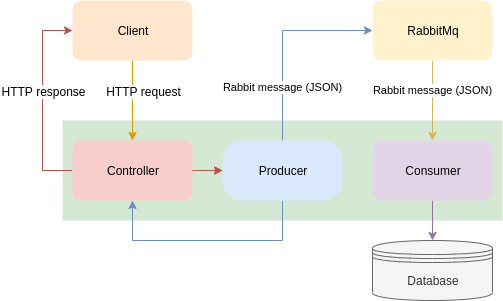
This is src/Images/devguide/async/simple-scheme.png from reportportal/docs, a draw.io export, as it was before one commit. Source tidied: cells renumbered, new cells last; positions are measured from the earlier drawing's top-left corner, leaving out a move shared by most shapes. Its diagram source:
```xml
<mxGraphModel>
  <root>
    <mxCell id="0" />
    <mxCell id="1" parent="0" />
    <mxCell id="2" style="rounded=0;whiteSpace=wrap;html=1;fillColor=#d5e8d4;strokeColor=none;" parent="1" vertex="1">
      <mxGeometry x="20" y="120" width="440" height="100" as="geometry" />
    </mxCell>
    <mxCell id="3" style="edgeStyle=orthogonalEdgeStyle;rounded=0;jettySize=auto;html=1;fillColor=#ffe6cc;strokeColor=#d79b00;" parent="1" edge="1" source="5" target="13">
      <mxGeometry relative="1" as="geometry" />
    </mxCell>
    <mxCell id="4" value="HTTP request" style="text;html=1;align=center;verticalAlign=middle;labelBackgroundColor=#ffffff;" parent="3" vertex="1">
      <mxGeometry x="-0.25" y="-1" relative="1" as="geometry">
        <mxPoint x="11" as="offset" />
      </mxGeometry>
    </mxCell>
    <mxCell id="5" value="Client" style="rounded=1;whiteSpace=wrap;html=1;fillColor=#ffe6cc;strokeColor=none;" parent="1" vertex="1">
      <mxGeometry x="30" width="120" height="60" as="geometry" />
    </mxCell>
    <mxCell id="6" value="Rabbit message (JSON)" style="edgeStyle=orthogonalEdgeStyle;rounded=0;jettySize=auto;html=1;exitX=0.5;exitY=0;exitDx=0;exitDy=0;entryX=0;entryY=0.5;entryDx=0;entryDy=0;fillColor=#dae8fc;strokeColor=#6c8ebf;" parent="1" edge="1" source="8" target="18">
      <mxGeometry x="-0.47" relative="1" as="geometry" />
    </mxCell>
    <mxCell id="7" style="edgeStyle=orthogonalEdgeStyle;rounded=0;jettySize=auto;html=1;exitX=0.5;exitY=1;exitDx=0;exitDy=0;entryX=0.5;entryY=1;entryDx=0;entryDy=0;fillColor=#dae8fc;strokeColor=#6c8ebf;" parent="1" edge="1" source="8" target="13">
      <mxGeometry relative="1" as="geometry">
        <Array as="points">
          <mxPoint x="240" y="240" />
          <mxPoint x="90" y="240" />
        </Array>
      </mxGeometry>
    </mxCell>
    <mxCell id="8" value="Producer" style="rounded=1;whiteSpace=wrap;html=1;fillColor=#dae8fc;strokeColor=none;arcSize=33;" parent="1" vertex="1">
      <mxGeometry x="180" y="140" width="120" height="60" as="geometry" />
    </mxCell>
    <mxCell id="9" style="edgeStyle=orthogonalEdgeStyle;rounded=0;jettySize=auto;html=1;fillColor=#f8cecc;strokeColor=#b85450;" parent="1" edge="1" target="8">
      <mxGeometry relative="1" as="geometry">
        <mxPoint x="140" y="170" as="sourcePoint" />
        <Array as="points">
          <mxPoint x="90" y="170" />
        </Array>
      </mxGeometry>
    </mxCell>
    <mxCell id="10" style="edgeStyle=orthogonalEdgeStyle;rounded=0;jettySize=auto;html=1;fillColor=#f8cecc;strokeColor=#b85450;" parent="1" edge="1" source="13" target="8">
      <mxGeometry relative="1" as="geometry" />
    </mxCell>
    <mxCell id="11" style="edgeStyle=orthogonalEdgeStyle;rounded=0;jettySize=auto;html=1;entryX=0;entryY=0.5;entryDx=0;entryDy=0;fillColor=#f8cecc;strokeColor=#b85450;" parent="1" edge="1" source="13" target="5">
      <mxGeometry relative="1" as="geometry">
        <Array as="points">
          <mxPoint y="170" />
          <mxPoint y="30" />
        </Array>
      </mxGeometry>
    </mxCell>
    <mxCell id="12" value="HTTP response" style="text;html=1;align=center;verticalAlign=middle;labelBackgroundColor=#ffffff;" parent="11" vertex="1">
      <mxGeometry x="0.14" y="-1" relative="1" as="geometry">
        <mxPoint x="-1" y="4" as="offset" />
      </mxGeometry>
    </mxCell>
    <mxCell id="13" value="Controller" style="rounded=1;whiteSpace=wrap;html=1;fillColor=#f8cecc;strokeColor=none;" parent="1" vertex="1">
      <mxGeometry x="30" y="140" width="120" height="60" as="geometry" />
    </mxCell>
    <mxCell id="14" style="edgeStyle=orthogonalEdgeStyle;rounded=0;jettySize=auto;html=1;fillColor=#e1d5e7;strokeColor=#9673a6;" parent="1" edge="1" source="15" target="16">
      <mxGeometry relative="1" as="geometry" />
    </mxCell>
    <mxCell id="15" value="Consumer" style="rounded=1;whiteSpace=wrap;html=1;fillColor=#e1d5e7;strokeColor=none;" parent="1" vertex="1">
      <mxGeometry x="330" y="140" width="120" height="60" as="geometry" />
    </mxCell>
    <mxCell id="16" value="Database" style="shape=datastore;whiteSpace=wrap;html=1;fillColor=#f5f5f5;strokeColor=#666666;fontColor=#333333;" parent="1" vertex="1">
      <mxGeometry x="330" y="240" width="120" height="60" as="geometry" />
    </mxCell>
    <mxCell id="17" value="Rabbit message (JSON)" style="edgeStyle=orthogonalEdgeStyle;rounded=0;jettySize=auto;html=1;fillColor=#fff2cc;strokeColor=#d6b656;" parent="1" edge="1" source="18" target="15">
      <mxGeometry x="-0.25" relative="1" as="geometry" />
    </mxCell>
    <mxCell id="18" value="RabbitMq" style="rounded=1;whiteSpace=wrap;html=1;fillColor=#fff2cc;strokeColor=none;" parent="1" vertex="1">
      <mxGeometry x="330" width="120" height="60" as="geometry" />
    </mxCell>
  </root>
</mxGraphModel>
```
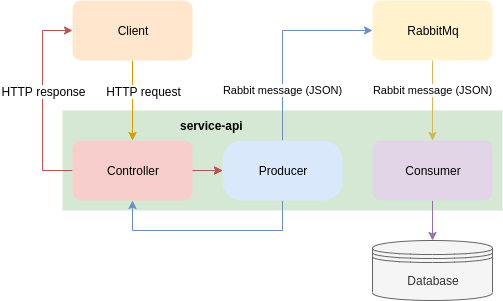
Above is the later version.

What changed in the source:
```diff
@@ -2,8 +2,8 @@
   <root>
     <mxCell id="0" />
     <mxCell id="1" parent="0" />
-    <mxCell id="2" style="rounded=0;whiteSpace=wrap;html=1;fillColor=#d5e8d4;strokeColor=none;" parent="1" vertex="1">
-      <mxGeometry x="20" y="120" width="440" height="100" as="geometry" />
+    <mxCell id="2" value="&lt;b&gt;service-api&lt;/b&gt;&amp;nbsp; &amp;nbsp; &amp;nbsp; &amp;nbsp; &amp;nbsp; &amp;nbsp; &amp;nbsp; &amp;nbsp; &amp;nbsp; &amp;nbsp; &amp;nbsp; &amp;nbsp; &amp;nbsp; &amp;nbsp; &amp;nbsp; &amp;nbsp; &amp;nbsp; &amp;nbsp; &amp;nbsp; &amp;nbsp; &amp;nbsp; &amp;nbsp;&lt;br&gt;&lt;br&gt;&lt;br&gt;&lt;br&gt;&lt;br&gt;&lt;br&gt;" style="rounded=0;whiteSpace=wrap;html=1;fillColor=#d5e8d4;strokeColor=none;" parent="1" vertex="1">
+      <mxGeometry x="20" y="110" width="440" height="100" as="geometry" />
     </mxCell>
     <mxCell id="3" style="edgeStyle=orthogonalEdgeStyle;rounded=0;jettySize=auto;html=1;fillColor=#ffe6cc;strokeColor=#d79b00;" parent="1" edge="1" source="5" target="13">
       <mxGeometry relative="1" as="geometry" />
@@ -17,13 +17,13 @@
       <mxGeometry x="30" width="120" height="60" as="geometry" />
     </mxCell>
     <mxCell id="6" value="Rabbit message (JSON)" style="edgeStyle=orthogonalEdgeStyle;rounded=0;jettySize=auto;html=1;exitX=0.5;exitY=0;exitDx=0;exitDy=0;entryX=0;entryY=0.5;entryDx=0;entryDy=0;fillColor=#dae8fc;strokeColor=#6c8ebf;" parent="1" edge="1" source="8" target="18">
-      <mxGeometry x="-0.47" relative="1" as="geometry" />
+      <mxGeometry x="-0.5" relative="1" as="geometry" />
     </mxCell>
     <mxCell id="7" style="edgeStyle=orthogonalEdgeStyle;rounded=0;jettySize=auto;html=1;exitX=0.5;exitY=1;exitDx=0;exitDy=0;entryX=0.5;entryY=1;entryDx=0;entryDy=0;fillColor=#dae8fc;strokeColor=#6c8ebf;" parent="1" edge="1" source="8" target="13">
       <mxGeometry relative="1" as="geometry">
         <Array as="points">
-          <mxPoint x="240" y="240" />
-          <mxPoint x="90" y="240" />
+          <mxPoint x="240" y="230" />
+          <mxPoint x="90" y="230" />
         </Array>
       </mxGeometry>
     </mxCell>
```
